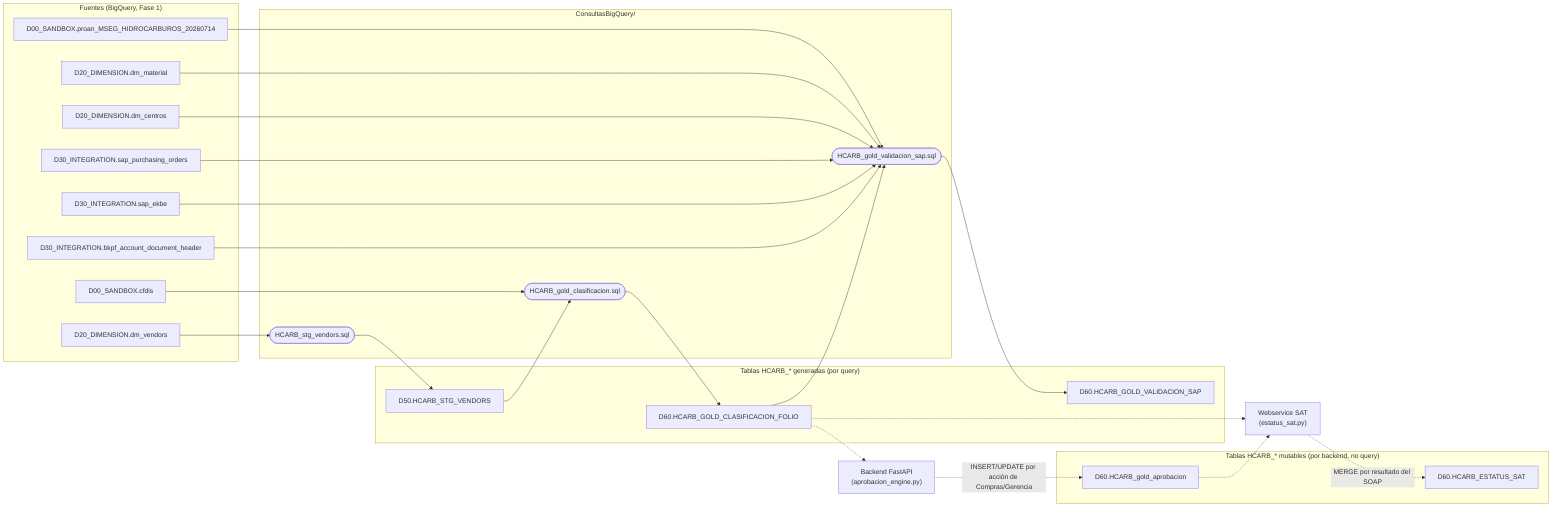
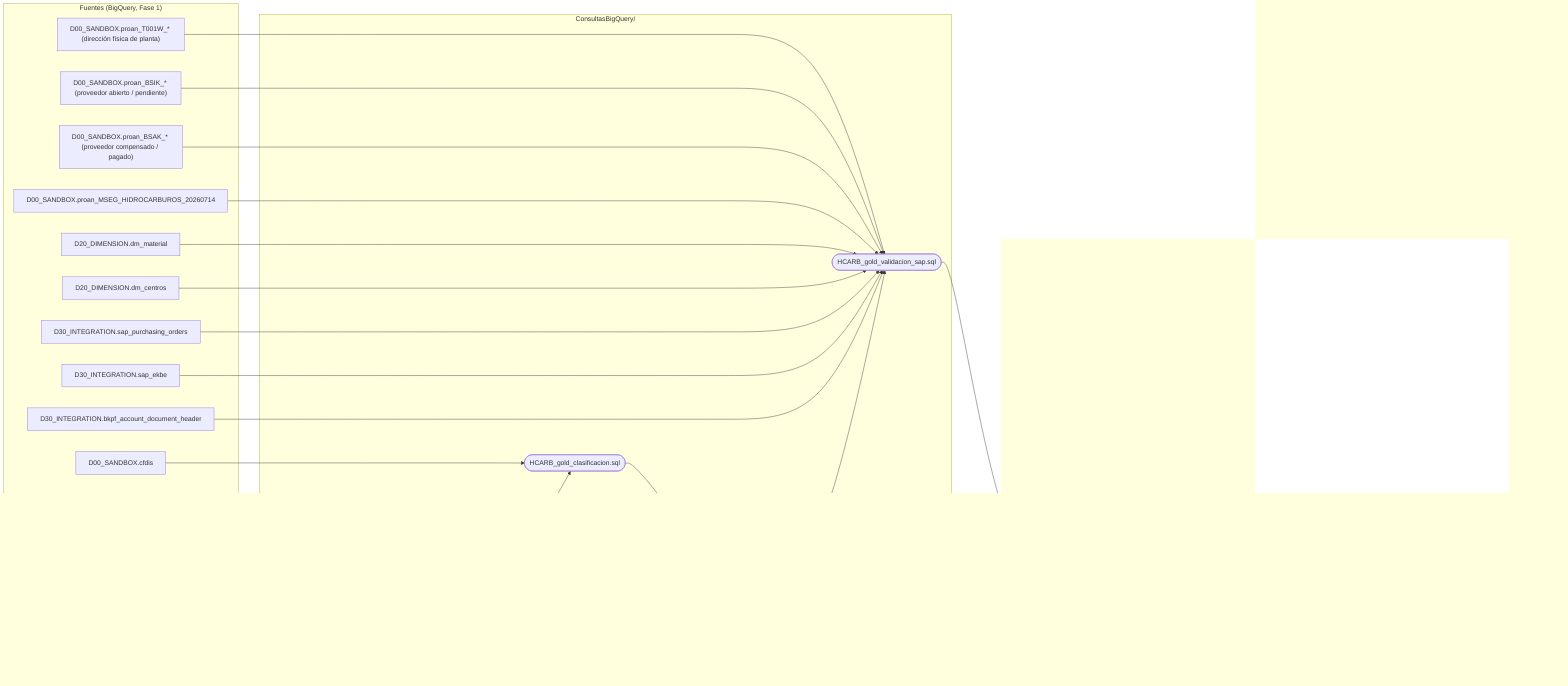
flowchart LR
    subgraph Fuentes["Fuentes (BigQuery, Fase 1)"]
        dm_vendors["D20_DIMENSION.dm_vendors"]
        cfdis["D00_SANDBOX.cfdis"]
        bkpf["D30_INTEGRATION.bkpf_account_document_header"]
        ekbe["D30_INTEGRATION.sap_ekbe"]
        po["D30_INTEGRATION.sap_purchasing_orders"]
        centros["D20_DIMENSION.dm_centros"]
        material["D20_DIMENSION.dm_material"]
        mseg["D00_SANDBOX.proan_MSEG_HIDROCARBUROS_20260714"]
+         bsak["D00_SANDBOX.proan_BSAK_* (proveedor compensado / pagado)"]
+         bsik["D00_SANDBOX.proan_BSIK_* (proveedor abierto / pendiente)"]
+         t001w["D00_SANDBOX.proan_T001W_* (dirección física de planta)"]
    end

    subgraph Queries["ConsultasBigQuery/"]
        q1(["HCARB_stg_vendors.sql"])
        q2(["HCARB_gold_clasificacion.sql"])
        q3(["HCARB_gold_validacion_sap.sql"])
    end

    subgraph Tablas["Tablas HCARB_* generadas (por query)"]
        stg_vendors["D50.HCARB_STG_VENDORS"]
        gold_folio["D60.HCARB_GOLD_CLASIFICACION_FOLIO"]
        gold_sap["D60.HCARB_GOLD_VALIDACION_SAP"]
    end

    subgraph Mutables["Tablas HCARB_* mutables (por backend, no query)"]
        gold_aprob["D60.HCARB_gold_aprobacion"]
        estatus_sat["D60.HCARB_ESTATUS_SAT"]
    end

    backend["Backend FastAPI<br/>(aprobacion_engine.py)"]
    webservice["Webservice SAT<br/>(estatus_sat.py)"]

    dm_vendors --> q1
    q1 --> stg_vendors

    cfdis --> q2
    stg_vendors --> q2
    q2 --> gold_folio

    gold_folio --> q3
    bkpf --> q3
    ekbe --> q3
    po --> q3
    centros --> q3
    material --> q3
    mseg --> q3
+     bsak --> q3
+     bsik --> q3
+     t001w --> q3
    q3 --> gold_sap

    gold_folio -.-> backend
    backend -.->|INSERT/UPDATE por acción de Compras/Gerencia| gold_aprob

    gold_folio -.-> webservice
    gold_aprob -.-> webservice
    webservice -.->|MERGE por resultado del SOAP| estatus_sat
